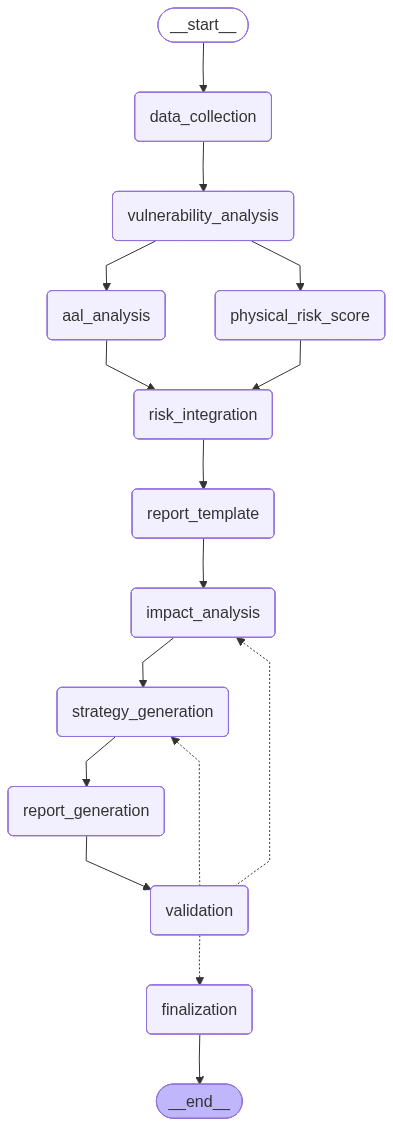
On-Do-Polaris/polaris_backend_fastapi keeps this Mermaid diagram as ai_agent/workflow_diagram.png. Above is the earlier version. Its source is kept beside it as ai_agent/workflow_diagram.mmd.
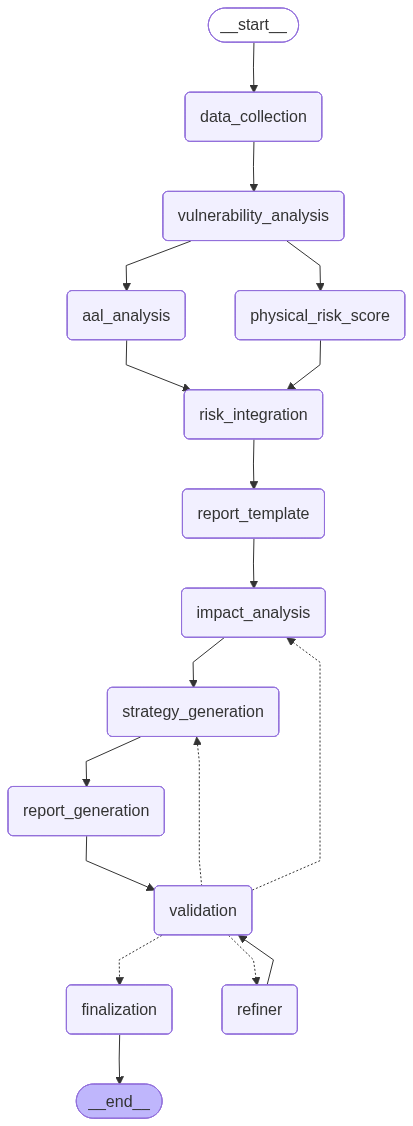
Above is the later version.

The edit, as a diff of the source:
```diff
@@ -15,6 +15,7 @@
 	strategy_generation(strategy_generation)
 	report_generation(report_generation)
 	validation(validation)
+	refiner(refiner)
 	finalization(finalization)
 	__end__([<p>__end__</p>]):::last
 	__start__ --> data_collection;
@@ -22,12 +23,14 @@
 	data_collection --> vulnerability_analysis;
 	impact_analysis --> strategy_generation;
 	physical_risk_score --> risk_integration;
+	refiner --> validation;
 	report_generation --> validation;
 	report_template --> impact_analysis;
 	risk_integration --> report_template;
 	strategy_generation --> report_generation;
 	validation -.-> finalization;
 	validation -.-> impact_analysis;
+	validation -.-> refiner;
 	validation -.-> strategy_generation;
 	vulnerability_analysis --> aal_analysis;
 	vulnerability_analysis --> physical_risk_score;
```
